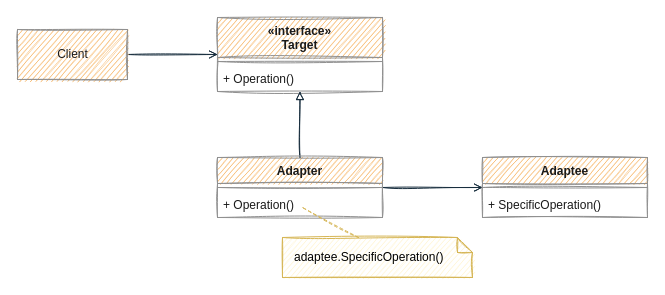
Earlier version of the draw.io diagram page "Adapter" (1 of 5) of images/design pattern class diagram.drawio (Yu-Qiao-Hong/Yu-Qiao-Hong.github.io). Source tidied: cells renumbered, new cells numbered last; positions are measured from the earlier drawing's top-left corner, leaving out a move shared by most shapes. Both pictures are drawn from the tidied source at 100%, with x=0, y=0 at pixel (17, 17).
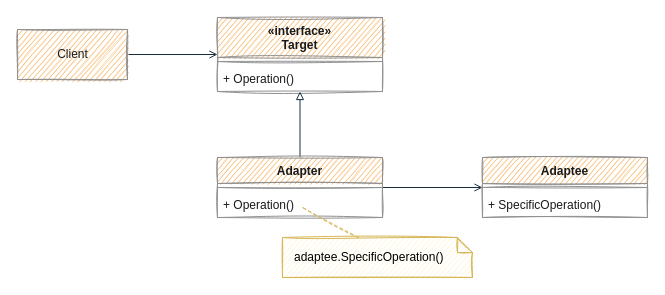
The same diagram, later.

Diff of the diagram source:
```diff
@@
 <mxGraphModel>
   <root>
     <mxCell id="0" />
     <mxCell id="1" parent="0" />
     <mxCell id="2" value="«interface»&#10;Target" style="swimlane;fontStyle=1;align=center;verticalAlign=top;horizontal=1;startSize=40;rounded=0;sketch=1;fillColor=#F5AB50;strokeColor=#909090;fontColor=#1A1A1A;" parent="1" vertex="1">
       <mxGeometry x="200" width="165" height="74" as="geometry" />
     </mxCell>
     <mxCell id="3" style="line;strokeWidth=1;fillColor=none;align=left;verticalAlign=middle;spacingTop=-1;spacingLeft=3;spacingRight=3;labelPosition=right;rounded=0;sketch=1;labelBackgroundColor=#EEEEEE;strokeColor=#909090;fontColor=#1A1A1A;" parent="2" vertex="1">
       <mxGeometry y="40" width="165" height="8" as="geometry" />
     </mxCell>
     <mxCell id="4" value="+ Operation()" style="text;strokeColor=none;fillColor=none;align=left;verticalAlign=top;spacingLeft=4;spacingRight=4;overflow=hidden;rounded=0;sketch=1;fontColor=#1A1A1A;" parent="2" vertex="1">
       <mxGeometry y="48" width="165" height="26" as="geometry" />
     </mxCell>
-    <mxCell id="5" style="edgeStyle=orthogonalEdgeStyle;rounded=0;jettySize=auto;html=1;endArrow=block;endFill=0;sketch=1;labelBackgroundColor=#EEEEEE;strokeColor=#182E3E;fontColor=#1A1A1A;" parent="1" edge="1" source="7" target="2">
+    <mxCell id="5" style="edgeStyle=orthogonalEdgeStyle;rounded=0;jettySize=auto;html=1;endArrow=block;endFill=0;labelBackgroundColor=#EEEEEE;strokeColor=#182E3E;fontColor=#1A1A1A;" parent="1" edge="1" source="7" target="2">
       <mxGeometry relative="1" as="geometry" />
     </mxCell>
-    <mxCell id="6" style="edgeStyle=orthogonalEdgeStyle;curved=0;rounded=1;sketch=1;jettySize=auto;html=1;fontColor=#1A1A1A;strokeColor=#182E3E;endArrow=open;endFill=0;" parent="1" edge="1" source="7" target="12">
+    <mxCell id="6" style="edgeStyle=orthogonalEdgeStyle;rounded=0;jettySize=auto;html=1;fontColor=#1A1A1A;strokeColor=#182E3E;endArrow=open;endFill=0;" parent="1" edge="1" source="7" target="12">
       <mxGeometry relative="1" as="geometry" />
     </mxCell>
     <mxCell id="7" value="Adapter" style="swimlane;fontStyle=1;align=center;verticalAlign=top;horizontal=1;startSize=26;rounded=0;sketch=1;fillColor=#F5AB50;strokeColor=#909090;fontColor=#1A1A1A;" parent="1" vertex="1">
       <mxGeometry x="200" y="140" width="165" height="60" as="geometry" />
     </mxCell>
     <mxCell id="8" style="line;strokeWidth=1;fillColor=none;align=left;verticalAlign=middle;spacingTop=-1;spacingLeft=3;spacingRight=3;labelPosition=right;rounded=0;sketch=1;labelBackgroundColor=#EEEEEE;strokeColor=#909090;fontColor=#1A1A1A;" parent="7" vertex="1">
       <mxGeometry y="26" width="165" height="8" as="geometry" />
     </mxCell>
     <mxCell id="9" value="+ Operation()" style="text;strokeColor=none;fillColor=none;align=left;verticalAlign=top;spacingLeft=4;spacingRight=4;overflow=hidden;rounded=0;sketch=1;fontColor=#1A1A1A;" parent="7" vertex="1">
       <mxGeometry y="34" width="165" height="26" as="geometry" />
     </mxCell>
-    <mxCell id="10" style="edgeStyle=orthogonalEdgeStyle;rounded=0;jettySize=auto;html=1;startArrow=none;startFill=0;endArrow=open;endFill=0;sketch=1;labelBackgroundColor=#EEEEEE;strokeColor=#182E3E;fontColor=#1A1A1A;" parent="1" edge="1" source="11" target="2">
+    <mxCell id="10" style="edgeStyle=orthogonalEdgeStyle;rounded=0;jettySize=auto;html=1;startArrow=none;startFill=0;endArrow=open;endFill=0;labelBackgroundColor=#EEEEEE;strokeColor=#182E3E;fontColor=#1A1A1A;" parent="1" edge="1" source="11" target="2">
       <mxGeometry relative="1" as="geometry" />
     </mxCell>
     <mxCell id="11" value="Client" style="html=1;rounded=0;sketch=1;fillColor=#F5AB50;strokeColor=#909090;fontColor=#1A1A1A;" parent="1" vertex="1">
       <mxGeometry y="12" width="110" height="50" as="geometry" />
     </mxCell>
     <mxCell id="12" value="Adaptee" style="swimlane;fontStyle=1;align=center;verticalAlign=top;horizontal=1;startSize=26;rounded=0;sketch=1;fillColor=#F5AB50;strokeColor=#909090;fontColor=#1A1A1A;" parent="1" vertex="1">
       <mxGeometry x="465" y="140" width="165" height="60" as="geometry" />
     </mxCell>
     <mxCell id="13" style="line;strokeWidth=1;fillColor=none;align=left;verticalAlign=middle;spacingTop=-1;spacingLeft=3;spacingRight=3;labelPosition=right;rounded=0;sketch=1;labelBackgroundColor=#EEEEEE;strokeColor=#909090;fontColor=#1A1A1A;" parent="12" vertex="1">
       <mxGeometry y="26" width="165" height="8" as="geometry" />
     </mxCell>
     <mxCell id="14" value="+ SpecificOperation()" style="text;strokeColor=none;fillColor=none;align=left;verticalAlign=top;spacingLeft=4;spacingRight=4;overflow=hidden;rounded=0;sketch=1;fontColor=#1A1A1A;" parent="12" vertex="1">
       <mxGeometry y="34" width="165" height="26" as="geometry" />
     </mxCell>
     <mxCell id="15" value="adaptee.SpecificOperation()" style="shape=note;size=15;align=left;spacingLeft=10;html=1;whiteSpace=wrap;rounded=0;sketch=1;strokeColor=#d6b656;fillColor=#fff2cc;" parent="1" vertex="1">
       <mxGeometry x="265" y="220" width="190" height="40" as="geometry" />
     </mxCell>
     <mxCell id="16" style="edgeStyle=none;endArrow=none;exitX=0.4;exitY=0;dashed=1;html=1;rounded=1;sketch=1;fontColor=#1A1A1A;strokeColor=#d6b656;curved=0;fillColor=#fff2cc;" parent="1" edge="1" source="15">
       <mxGeometry x="1" relative="1" as="geometry">
         <mxPoint x="285" y="190" as="targetPoint" />
       </mxGeometry>
     </mxCell>
   </root>
 </mxGraphModel>
```
